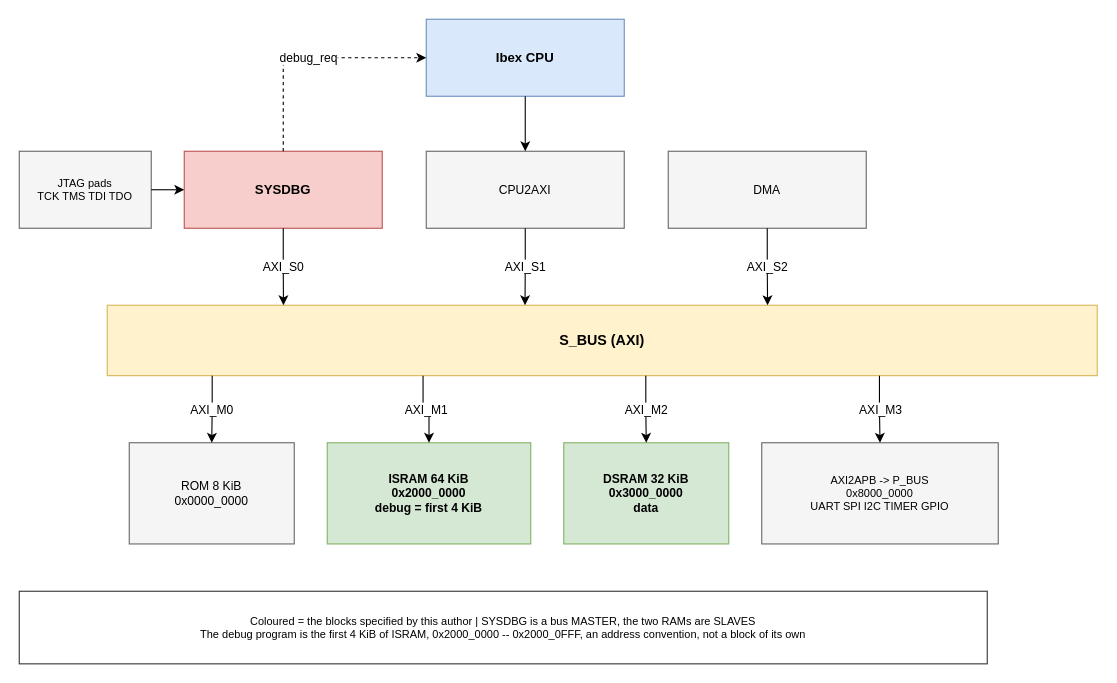
The draw.io diagram doc/drawio/QNSC_QSOC_MemMap.drawio in quynhonsemiconductor/vlsi_deep_training, before the edit. Source tidied: cells renumbered, new cells numbered last; positions are measured from the earlier drawing's top-left corner, leaving out a move shared by most shapes. Both pictures are drawn from the tidied source at 110%, with x=0, y=0 at pixel (19, 19).
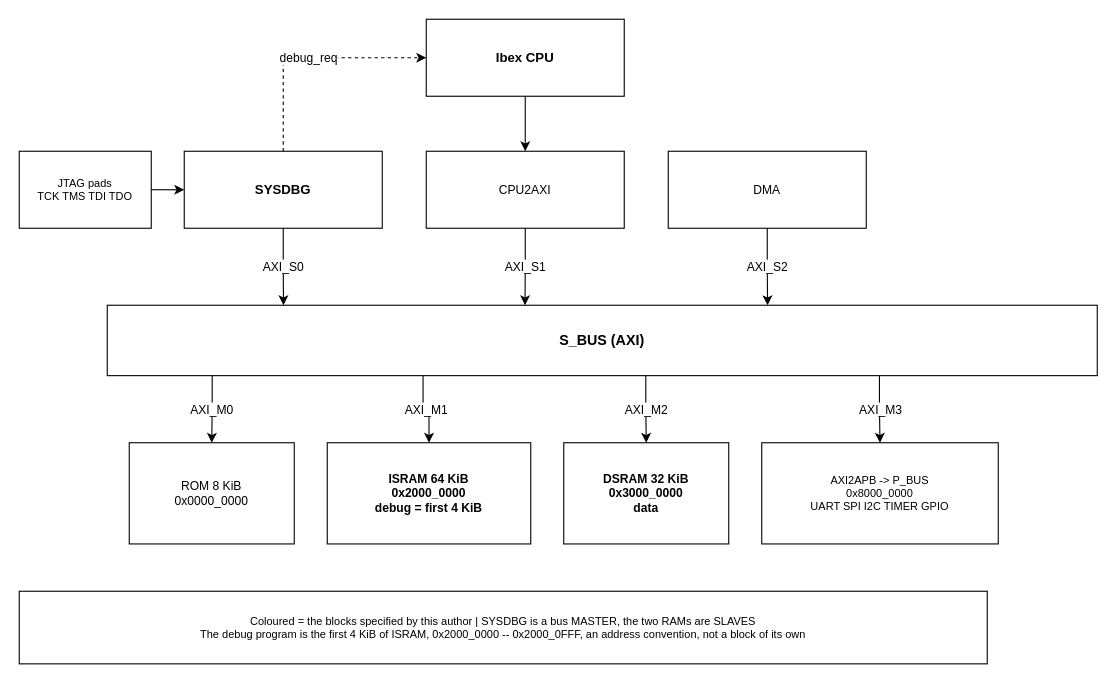
The same diagram, later.

Diff of the diagram source:
```diff
@@
-    <mxCell id="2" value="JTAG pads&#10;TCK TMS TDI TDO" style="rounded=0;whiteSpace=wrap;html=1;fillColor=#f5f5f5;strokeColor=#666666;fontSize=10;dashed=0;verticalAlign=middle;" parent="1" vertex="1">
+    <mxCell id="2" value="JTAG pads&#10;TCK TMS TDI TDO" style="rounded=0;whiteSpace=wrap;html=1;fillColor=#ffffff;strokeColor=#000000;fontSize=10;dashed=0;verticalAlign=middle;" parent="1" vertex="1">
       <mxGeometry y="120" width="120" height="70" as="geometry" />
     </mxCell>
-    <mxCell id="3" value="Ibex CPU" style="rounded=0;whiteSpace=wrap;html=1;fillColor=#dae8fc;strokeColor=#6c8ebf;fontSize=12;dashed=0;fontStyle=1;verticalAlign=middle;" parent="1" vertex="1">
+    <mxCell id="3" value="Ibex CPU" style="rounded=0;whiteSpace=wrap;html=1;fillColor=#ffffff;strokeColor=#000000;fontSize=12;dashed=0;fontStyle=1;verticalAlign=middle;" parent="1" vertex="1">
       <mxGeometry x="370" width="180" height="70" as="geometry" />
     </mxCell>
-    <mxCell id="4" value="SYSDBG" style="rounded=0;whiteSpace=wrap;html=1;fillColor=#f8cecc;strokeColor=#b85450;fontSize=12;dashed=0;fontStyle=1;verticalAlign=middle;" parent="1" vertex="1">
+    <mxCell id="4" value="SYSDBG" style="rounded=0;whiteSpace=wrap;html=1;fillColor=#ffffff;strokeColor=#000000;fontSize=12;dashed=0;fontStyle=1;verticalAlign=middle;" parent="1" vertex="1">
       <mxGeometry x="150" y="120" width="180" height="70" as="geometry" />
     </mxCell>
-    <mxCell id="5" value="CPU2AXI" style="rounded=0;whiteSpace=wrap;html=1;fillColor=#f5f5f5;strokeColor=#666666;fontSize=11;dashed=0;verticalAlign=middle;" parent="1" vertex="1">
+    <mxCell id="5" value="CPU2AXI" style="rounded=0;whiteSpace=wrap;html=1;fillColor=#ffffff;strokeColor=#000000;fontSize=11;dashed=0;verticalAlign=middle;" parent="1" vertex="1">
       <mxGeometry x="370" y="120" width="180" height="70" as="geometry" />
     </mxCell>
-    <mxCell id="6" value="DMA" style="rounded=0;whiteSpace=wrap;html=1;fillColor=#f5f5f5;strokeColor=#666666;fontSize=11;dashed=0;verticalAlign=middle;" parent="1" vertex="1">
+    <mxCell id="6" value="DMA" style="rounded=0;whiteSpace=wrap;html=1;fillColor=#ffffff;strokeColor=#000000;fontSize=11;dashed=0;verticalAlign=middle;" parent="1" vertex="1">
       <mxGeometry x="590" y="120" width="180" height="70" as="geometry" />
     </mxCell>
-    <mxCell id="7" value="S_BUS   (AXI)" style="rounded=0;whiteSpace=wrap;html=1;fillColor=#fff2cc;strokeColor=#d6b656;fontSize=13;dashed=0;fontStyle=1;verticalAlign=middle;" parent="1" vertex="1">
+    <mxCell id="7" value="S_BUS   (AXI)" style="rounded=0;whiteSpace=wrap;html=1;fillColor=#ffffff;strokeColor=#000000;fontSize=13;dashed=0;fontStyle=1;verticalAlign=middle;" parent="1" vertex="1">
       <mxGeometry x="80" y="260" width="900" height="64" as="geometry" />
     </mxCell>
-    <mxCell id="8" value="ROM  8 KiB&#10;0x0000_0000" style="rounded=0;whiteSpace=wrap;html=1;fillColor=#f5f5f5;strokeColor=#666666;fontSize=11;dashed=0;verticalAlign=middle;" parent="1" vertex="1">
+    <mxCell id="8" value="ROM  8 KiB&#10;0x0000_0000" style="rounded=0;whiteSpace=wrap;html=1;fillColor=#ffffff;strokeColor=#000000;fontSize=11;dashed=0;verticalAlign=middle;" parent="1" vertex="1">
       <mxGeometry x="100" y="385" width="150" height="92" as="geometry" />
     </mxCell>
-    <mxCell id="9" value="ISRAM  64 KiB&#10;0x2000_0000&#10;debug = first 4 KiB" style="rounded=0;whiteSpace=wrap;html=1;fillColor=#d5e8d4;strokeColor=#82b366;fontSize=11;dashed=0;fontStyle=1;verticalAlign=middle;" parent="1" vertex="1">
+    <mxCell id="9" value="ISRAM  64 KiB&#10;0x2000_0000&#10;debug = first 4 KiB" style="rounded=0;whiteSpace=wrap;html=1;fillColor=#ffffff;strokeColor=#000000;fontSize=11;dashed=0;fontStyle=1;verticalAlign=middle;" parent="1" vertex="1">
       <mxGeometry x="280" y="385" width="185" height="92" as="geometry" />
     </mxCell>
-    <mxCell id="10" value="DSRAM  32 KiB&#10;0x3000_0000&#10;data" style="rounded=0;whiteSpace=wrap;html=1;fillColor=#d5e8d4;strokeColor=#82b366;fontSize=11;dashed=0;fontStyle=1;verticalAlign=middle;" parent="1" vertex="1">
+    <mxCell id="10" value="DSRAM  32 KiB&#10;0x3000_0000&#10;data" style="rounded=0;whiteSpace=wrap;html=1;fillColor=#ffffff;strokeColor=#000000;fontSize=11;dashed=0;fontStyle=1;verticalAlign=middle;" parent="1" vertex="1">
       <mxGeometry x="495" y="385" width="150" height="92" as="geometry" />
     </mxCell>
-    <mxCell id="11" value="AXI2APB  -&gt;  P_BUS&#10;0x8000_0000&#10;UART SPI I2C TIMER GPIO" style="rounded=0;whiteSpace=wrap;html=1;fillColor=#f5f5f5;strokeColor=#666666;fontSize=10;dashed=0;verticalAlign=middle;" parent="1" vertex="1">
+    <mxCell id="11" value="AXI2APB  -&gt;  P_BUS&#10;0x8000_0000&#10;UART SPI I2C TIMER GPIO" style="rounded=0;whiteSpace=wrap;html=1;fillColor=#ffffff;strokeColor=#000000;fontSize=10;dashed=0;verticalAlign=middle;" parent="1" vertex="1">
       <mxGeometry x="675" y="385" width="215" height="92" as="geometry" />
     </mxCell>
-    <mxCell id="12" value="Coloured = the blocks specified by this author  |  SYSDBG is a bus MASTER, the two RAMs are SLAVES&#10;The debug program is the first 4 KiB of ISRAM, 0x2000_0000 -- 0x2000_0FFF, an address convention, not a block of its own" style="rounded=0;whiteSpace=wrap;html=1;fillColor=#ffffff;strokeColor=#333333;fontSize=10;dashed=0;verticalAlign=middle;" parent="1" vertex="1">
+    <mxCell id="12" value="Coloured = the blocks specified by this author  |  SYSDBG is a bus MASTER, the two RAMs are SLAVES&#10;The debug program is the first 4 KiB of ISRAM, 0x2000_0000 -- 0x2000_0FFF, an address convention, not a block of its own" style="rounded=0;whiteSpace=wrap;html=1;fillColor=#ffffff;strokeColor=#000000;fontSize=10;dashed=0;verticalAlign=middle;" parent="1" vertex="1">
       <mxGeometry y="520" width="880" height="66" as="geometry" />
     </mxCell>
```
